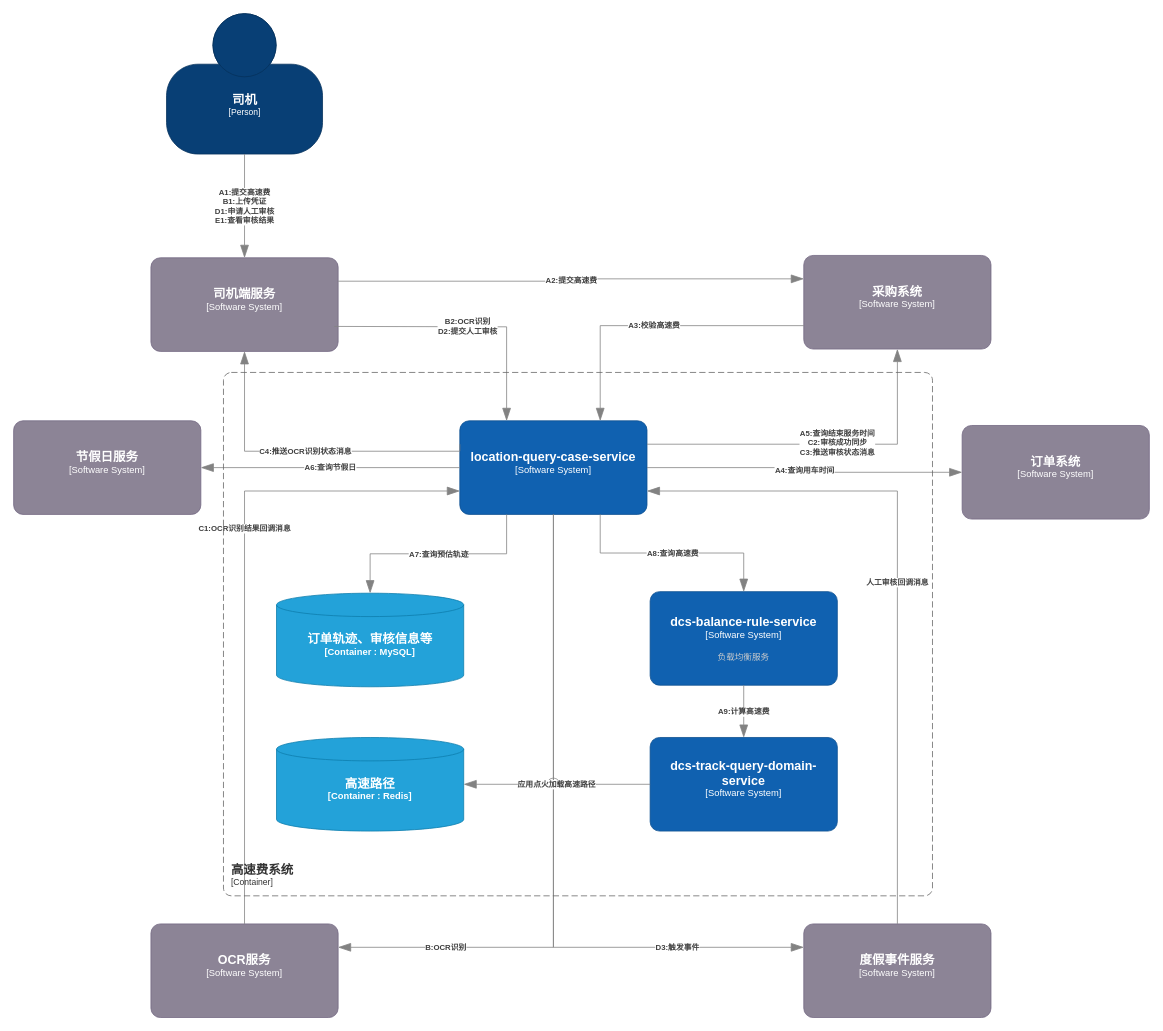
Before: page "高速费-容器图" (4 of 5) of 地图服务-现状.drawio in miareko/c4-diagram, a draw.io diagram. Source tidied: cells renumbered, new cells numbered last; positions are measured from the earlier drawing's top-left corner, leaving out a move shared by most shapes. Both pictures are drawn from the tidied source at 78%, with x=0, y=0 at pixel (13, 13).
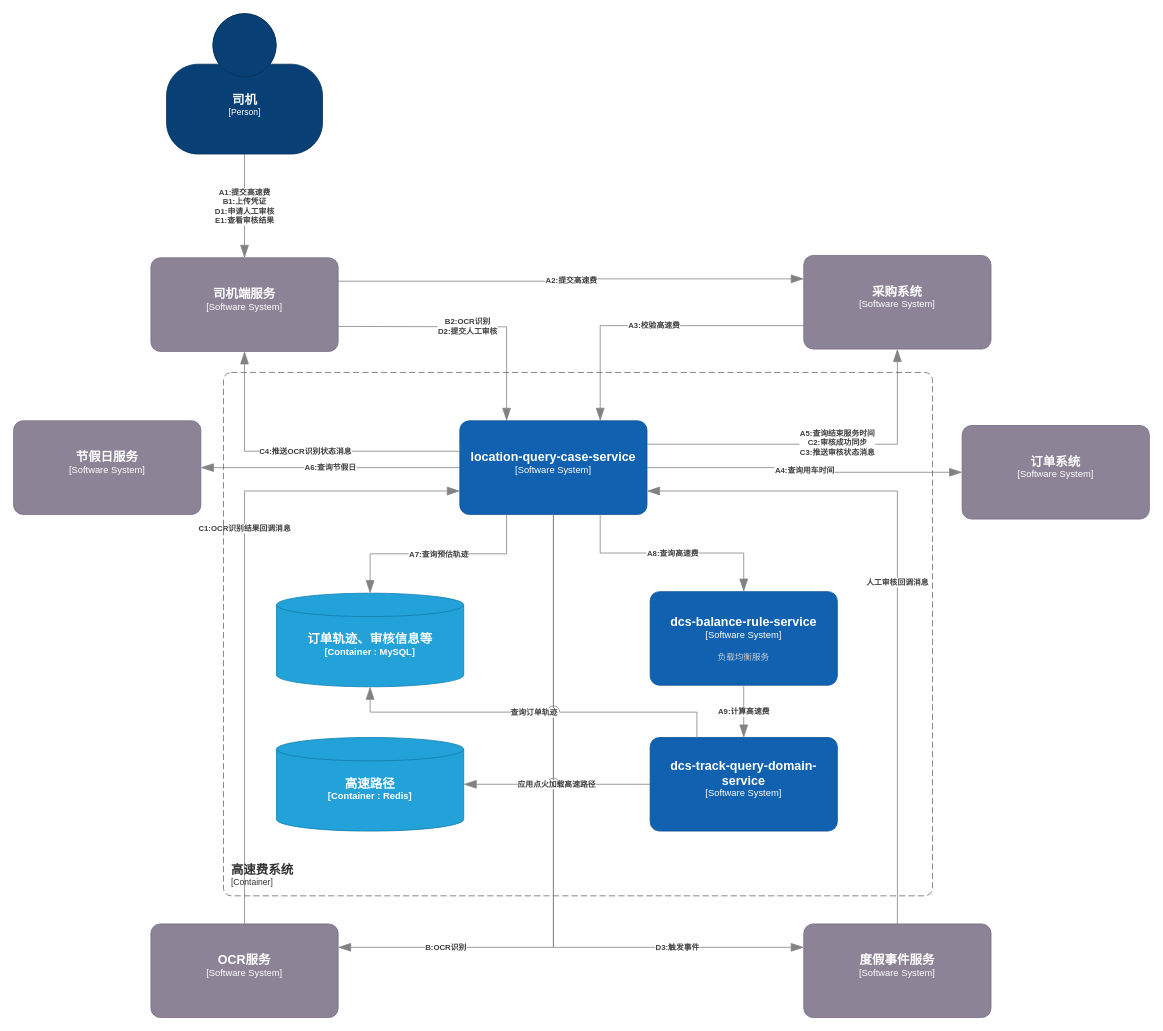
The same diagram, later.

Unchanged cells that the change refers to:
```xml
<object id="23" label="&lt;font style=&quot;font-size: 16px&quot;&gt;&lt;b&gt;%c4Name%&lt;/b&gt;&lt;/font&gt;&lt;div&gt;[%c4Type%]&lt;/div&gt;&lt;br&gt;&lt;div&gt;&lt;font style=&quot;font-size: 11px&quot;&gt;&lt;font color=&quot;#cccccc&quot;&gt;%c4Description%&lt;/font&gt;&lt;/div&gt;" c4Description="" c4Name="dcs-track-query-domain-service" c4Type="Software System" placeholders="1">
  <mxCell style="rounded=1;whiteSpace=wrap;html=1;labelBackgroundColor=none;fillColor=#1061B0;fontColor=#ffffff;align=center;arcSize=10;strokeColor=#0D5091;points=[[0.25,0,0],[0.5,0,0],[0.75,0,0],[1,0.25,0],[1,0.5,0],[1,0.75,0],[0.75,1,0],[0.5,1,0],[0.25,1,0],[0,0.75,0],[0,0.5,0],[0,0.25,0]];" parent="1" vertex="1">
    <mxGeometry x="816" y="928" width="240" height="120" as="geometry" />
  </mxCell>
</object>
<object id="26" label="&lt;font style=&quot;font-size: 16px&quot;&gt;&lt;b&gt;%c4Type%&lt;/font&gt;&lt;div&gt;[%c4Container%:&amp;nbsp;%c4Technology%]&lt;/div&gt;&lt;br&gt;&lt;div&gt;&lt;font style=&quot;font-size: 11px&quot;&gt;&lt;font color=&quot;#E6E6E6&quot;&gt;%c4Description%&lt;/font&gt;&lt;/div&gt;" c4Container="Container " c4Description="" c4Technology="MySQL" c4Type="订单轨迹、审核信息等" placeholders="1">
  <mxCell style="shape=cylinder3;size=15;whiteSpace=wrap;html=1;boundedLbl=1;rounded=0;labelBackgroundColor=none;fillColor=#23A2D9;fontSize=12;fontColor=#ffffff;align=center;strokeColor=#0E7DAD;points=[[0.5,0,0],[1,0.25,0],[1,0.5,0],[1,0.75,0],[0.5,1,0],[0,0.75,0],[0,0.5,0],[0,0.25,0]];" parent="1" vertex="1">
    <mxGeometry x="337" y="743" width="240" height="120" as="geometry" />
  </mxCell>
</object>
```

Change to the diagram source:
```diff
@@
+    <object id="31" label="&lt;div style=&quot;text-align: left&quot;&gt;&lt;div style=&quot;text-align: center&quot;&gt;&lt;b&gt;%c4Description%&lt;/b&gt;&lt;/div&gt;" c4Description="查询订单轨迹" placeholders="1">
+      <mxCell style="endArrow=blockThin;html=1;fontSize=10;fontColor=#404040;strokeWidth=1;endFill=1;strokeColor=#828282;elbow=vertical;endSize=14;startSize=14;jumpStyle=arc;jumpSize=16;rounded=0;edgeStyle=orthogonalEdgeStyle;exitX=0.25;exitY=0;exitDx=0;exitDy=0;exitPerimeter=0;entryX=0.5;entryY=1;entryDx=0;entryDy=0;entryPerimeter=0;" parent="1" edge="1" source="23" target="26">
+        <mxGeometry relative="1" as="geometry" />
+      </mxCell>
+    </object>
```
